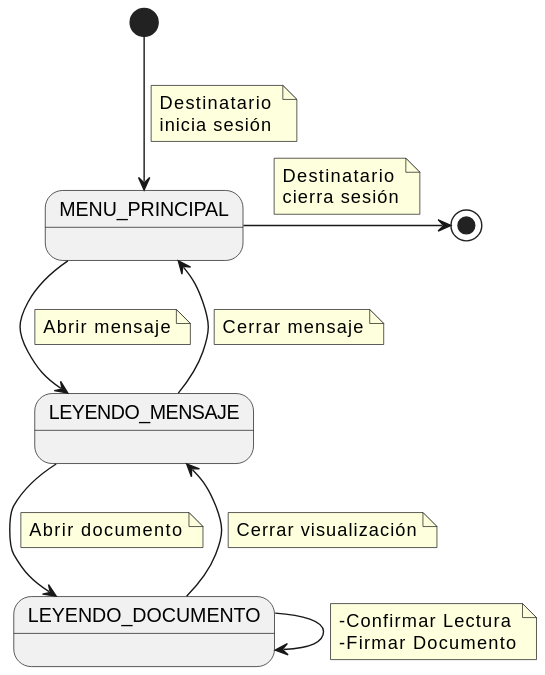
Before: docs/casosDeUso/diagramaDeContexto/DiagramaDeContextoDestinatario/diagramaContextoDestinatario.svg, a diagram exported from PlantUML (mmasias/24-25-IdSw1-SDR).
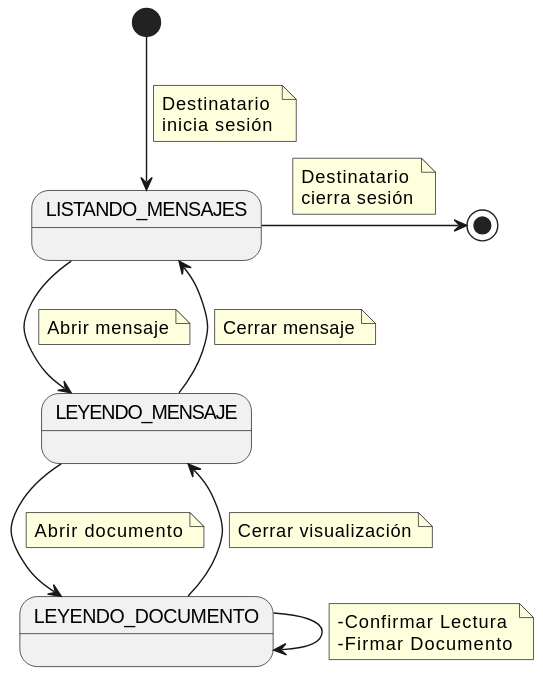
After the change.

What changed in the source:
```diff
@@ -1,22 +1,22 @@
 @startuml
-state "MENU_PRINCIPAL" as MenuPrincipal
+state "LISTANDO_MENSAJES" as ListarMensajes
 state "LEYENDO_MENSAJE" as LeyendoMensaje
 state "LEYENDO_DOCUMENTO" as LeyendoDocumento
 
-[*] --> MenuPrincipal
+[*] --> ListarMensajes
     note on link
         Destinatario
         inicia sesión
     end note
 
-MenuPrincipal -> [*]
+ListarMensajes -> [*]
     note on link
         Destinatario
         cierra sesión
     end note
 
 
-MenuPrincipal --> LeyendoMensaje
+ListarMensajes --> LeyendoMensaje
     note on link
         Abrir mensaje
     end note
@@ -37,7 +37,7 @@
         Cerrar visualización
     end note
 
-LeyendoMensaje --> MenuPrincipal
+LeyendoMensaje --> ListarMensajes
     note on link
         Cerrar mensaje
     end note
```
